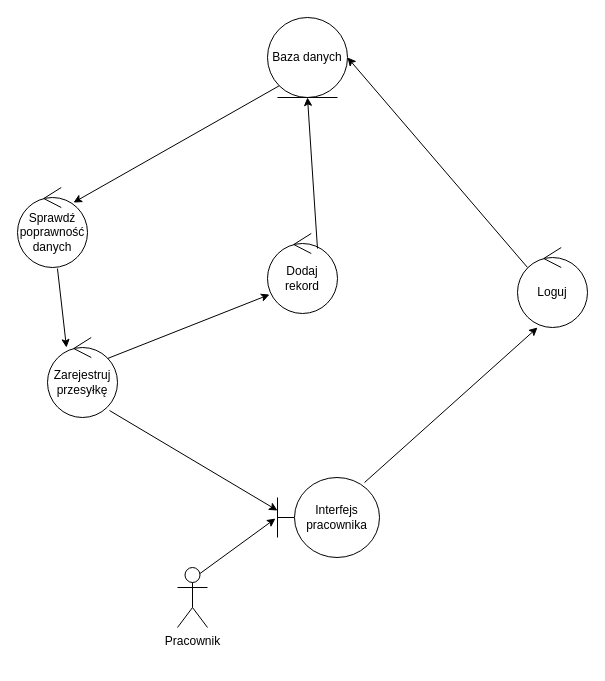
Earlier version of the draw.io diagram lab04/Scenariusz_nadanie_przesyłki.drawio (PawelRzadkowski/PSI_Firma). Source tidied: cells renumbered, new cells numbered last; positions are measured from the earlier drawing's top-left corner, leaving out a move shared by most shapes. Both pictures are drawn from the tidied source at 100%, with x=0, y=0 at pixel (17, 17).
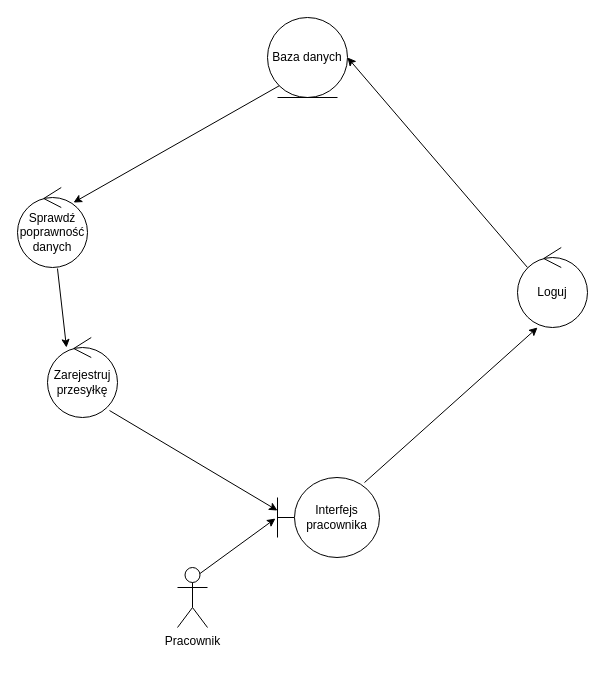
Above is the later version.

Diff of the diagram source:
```diff
@@
 <mxGraphModel>
   <root>
     <mxCell id="0" />
     <mxCell id="1" parent="0" />
     <mxCell id="2" value="Pracownik&lt;div&gt;&lt;br&gt;&lt;/div&gt;" style="shape=umlActor;verticalLabelPosition=bottom;verticalAlign=top;html=1;" parent="1" vertex="1">
       <mxGeometry x="160" y="550" width="30" height="60" as="geometry" />
     </mxCell>
     <mxCell id="3" value="Interfejs pracownika" style="shape=umlBoundary;whiteSpace=wrap;html=1;" parent="1" vertex="1">
       <mxGeometry x="260" y="460" width="102" height="80" as="geometry" />
     </mxCell>
     <mxCell id="4" value="Baza danych" style="ellipse;shape=umlEntity;whiteSpace=wrap;html=1;" parent="1" vertex="1">
       <mxGeometry x="250" width="80" height="80" as="geometry" />
     </mxCell>
     <mxCell id="5" value="Zarejestruj przesyłkę" style="ellipse;shape=umlControl;whiteSpace=wrap;html=1;" parent="1" vertex="1">
       <mxGeometry x="30" y="320" width="70" height="80" as="geometry" />
     </mxCell>
     <mxCell id="6" style="edgeStyle=none;rounded=0;jettySize=auto;html=1;exitX=0.75;exitY=0.1;exitDx=0;exitDy=0;exitPerimeter=0;entryX=-0.02;entryY=0.513;entryDx=0;entryDy=0;entryPerimeter=0;" parent="1" edge="1" source="2" target="3">
       <mxGeometry relative="1" as="geometry" />
     </mxCell>
     <mxCell id="7" style="edgeStyle=none;rounded=0;jettySize=auto;html=1;exitX=0;exitY=1;exitDx=0;exitDy=0;entryX=0.8;entryY=0.188;entryDx=0;entryDy=0;entryPerimeter=0;" parent="1" edge="1" source="4" target="11">
       <mxGeometry relative="1" as="geometry" />
     </mxCell>
     <mxCell id="8" value="Loguj" style="ellipse;shape=umlControl;whiteSpace=wrap;html=1;" parent="1" vertex="1">
       <mxGeometry x="500" y="230" width="70" height="80" as="geometry" />
     </mxCell>
     <mxCell id="9" style="endArrow=classic;html=1;rounded=0;exitX=0.853;exitY=0.063;exitDx=0;exitDy=0;exitPerimeter=0;entryX=0.286;entryY=1;entryDx=0;entryDy=0;entryPerimeter=0;" parent="1" edge="1" source="3" target="8">
       <mxGeometry relative="1" as="geometry" />
     </mxCell>
     <mxCell id="10" style="endArrow=classic;html=1;rounded=0;entryX=1;entryY=0.5;entryDx=0;entryDy=0;exitX=0.143;exitY=0.25;exitDx=0;exitDy=0;exitPerimeter=0;" parent="1" edge="1" source="8" target="4">
       <mxGeometry relative="1" as="geometry" />
     </mxCell>
     <mxCell id="11" value="Sprawdź poprawność danych" style="ellipse;shape=umlControl;whiteSpace=wrap;html=1;" parent="1" vertex="1">
       <mxGeometry y="170" width="70" height="80" as="geometry" />
     </mxCell>
     <mxCell id="12" style="endArrow=classic;html=1;rounded=0;exitX=0.571;exitY=1.013;exitDx=0;exitDy=0;exitPerimeter=0;entryX=0.271;entryY=0.125;entryDx=0;entryDy=0;entryPerimeter=0;" parent="1" edge="1" source="11" target="5">
       <mxGeometry relative="1" as="geometry" />
     </mxCell>
     <mxCell id="13" style="endArrow=classic;html=1;rounded=0;entryX=0;entryY=0.413;entryDx=0;entryDy=0;entryPerimeter=0;exitX=0.886;exitY=0.913;exitDx=0;exitDy=0;exitPerimeter=0;" parent="1" edge="1" source="5" target="3">
       <mxGeometry relative="1" as="geometry" />
     </mxCell>
-    <mxCell id="14" value="Dodaj rekord" style="ellipse;shape=umlControl;whiteSpace=wrap;html=1;" parent="1" vertex="1">
-      <mxGeometry x="250" y="216" width="70" height="80" as="geometry" />
-    </mxCell>
-    <mxCell id="15" style="endArrow=classic;html=1;rounded=0;exitX=0.857;exitY=0.263;exitDx=0;exitDy=0;exitPerimeter=0;entryX=0.029;entryY=0.763;entryDx=0;entryDy=0;entryPerimeter=0;" parent="1" edge="1" source="5" target="14">
-      <mxGeometry relative="1" as="geometry" />
-    </mxCell>
-    <mxCell id="16" style="endArrow=classic;html=1;rounded=0;entryX=0.5;entryY=1;entryDx=0;entryDy=0;exitX=0.714;exitY=0.188;exitDx=0;exitDy=0;exitPerimeter=0;" parent="1" edge="1" source="14" target="4">
-      <mxGeometry relative="1" as="geometry" />
-    </mxCell>
   </root>
 </mxGraphModel>
```
